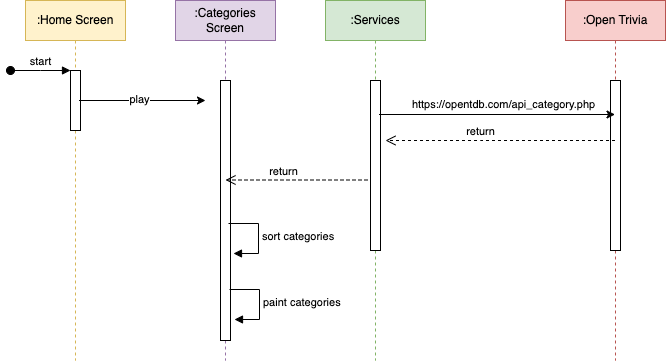
Earlier version of the draw.io export assets/get_categories.png (dmprieto/dianas_trivia_app). Source tidied: cells renumbered, new cells last; positions are measured from the earlier drawing's top-left corner, leaving out a move shared by most shapes. Source of this version:
```xml
<mxGraphModel>
  <root>
    <mxCell id="0" />
    <mxCell id="1" parent="0" />
    <mxCell id="2" value=":Home Screen" style="shape=umlLifeline;perimeter=lifelinePerimeter;whiteSpace=wrap;html=1;newEdgeStyle={&quot;edgeStyle&quot;:&quot;elbowEdgeStyle&quot;,&quot;elbow&quot;:&quot;vertical&quot;,&quot;curved&quot;:0,&quot;rounded&quot;:0};fillColor=#fff2cc;strokeColor=#d6b656;" parent="1" vertex="1">
      <mxGeometry x="15" width="100" height="360" as="geometry" />
    </mxCell>
    <mxCell id="3" style="html=1;points=[];perimeter=orthogonalPerimeter;outlineConnect=0;targetShapes=umlLifeline;portConstraint=eastwest;newEdgeStyle={&quot;edgeStyle&quot;:&quot;elbowEdgeStyle&quot;,&quot;elbow&quot;:&quot;vertical&quot;,&quot;curved&quot;:0,&quot;rounded&quot;:0};" parent="2" vertex="1">
      <mxGeometry x="45" y="70" width="10" height="60" as="geometry" />
    </mxCell>
    <mxCell id="4" value="start" style="html=1;verticalAlign=bottom;startArrow=oval;endArrow=block;startSize=8;edgeStyle=elbowEdgeStyle;elbow=vertical;curved=0;rounded=0;" parent="2" edge="1" target="3">
      <mxGeometry relative="1" as="geometry">
        <mxPoint x="-15" y="70" as="sourcePoint" />
      </mxGeometry>
    </mxCell>
    <mxCell id="5" value=":Services" style="shape=umlLifeline;perimeter=lifelinePerimeter;whiteSpace=wrap;html=1;newEdgeStyle={&quot;edgeStyle&quot;:&quot;elbowEdgeStyle&quot;,&quot;elbow&quot;:&quot;vertical&quot;,&quot;curved&quot;:0,&quot;rounded&quot;:0};fillColor=#d5e8d4;strokeColor=#82b366;" parent="1" vertex="1">
      <mxGeometry x="315" width="100" height="360" as="geometry" />
    </mxCell>
    <mxCell id="6" style="html=1;perimeter=orthogonalPerimeter;targetShapes=umlLifeline;newEdgeStyle={&quot;edgeStyle&quot;:&quot;elbowEdgeStyle&quot;,&quot;elbow&quot;:&quot;vertical&quot;,&quot;curved&quot;:0,&quot;rounded&quot;:0};" parent="5" vertex="1">
      <mxGeometry x="45" y="80" width="10" height="170" as="geometry" />
    </mxCell>
    <mxCell id="7" value=":Open Trivia" style="shape=umlLifeline;perimeter=lifelinePerimeter;whiteSpace=wrap;html=1;outlineConnect=0;portConstraint=eastwest;newEdgeStyle={&quot;edgeStyle&quot;:&quot;elbowEdgeStyle&quot;,&quot;elbow&quot;:&quot;vertical&quot;,&quot;curved&quot;:0,&quot;rounded&quot;:0};fillColor=#f8cecc;strokeColor=#b85450;" parent="1" vertex="1">
      <mxGeometry x="555" width="100" height="360" as="geometry" />
    </mxCell>
    <mxCell id="8" style="html=1;perimeter=orthogonalPerimeter;targetShapes=umlLifeline;newEdgeStyle={&quot;edgeStyle&quot;:&quot;elbowEdgeStyle&quot;,&quot;elbow&quot;:&quot;vertical&quot;,&quot;curved&quot;:0,&quot;rounded&quot;:0};" parent="7" vertex="1">
      <mxGeometry x="45" y="80" width="10" height="170" as="geometry" />
    </mxCell>
    <mxCell id="9" style="endArrow=classic;html=1;rounded=0;" parent="1" edge="1" target="7">
      <mxGeometry relative="1" as="geometry">
        <mxPoint x="368.5" y="114" as="sourcePoint" />
      </mxGeometry>
    </mxCell>
    <mxCell id="10" value="https://opentdb.com/api_category.php" style="edgeLabel;html=1;align=center;verticalAlign=middle;" parent="9" vertex="1">
      <mxGeometry x="0.05" y="1" relative="1" as="geometry">
        <mxPoint y="-10" as="offset" />
      </mxGeometry>
    </mxCell>
    <mxCell id="11" value="return" style="html=1;verticalAlign=bottom;endArrow=open;dashed=1;endSize=8;edgeStyle=elbowEdgeStyle;elbow=vertical;curved=0;rounded=0;" parent="1" edge="1" source="7">
      <mxGeometry x="0.18" relative="1" as="geometry">
        <mxPoint x="375" y="140" as="targetPoint" />
        <Array as="points">
          <mxPoint x="470" y="140" />
        </Array>
      </mxGeometry>
    </mxCell>
    <mxCell id="12" value=":Categories Screen" style="shape=umlLifeline;perimeter=lifelinePerimeter;whiteSpace=wrap;html=1;newEdgeStyle={&quot;edgeStyle&quot;:&quot;elbowEdgeStyle&quot;,&quot;elbow&quot;:&quot;vertical&quot;,&quot;curved&quot;:0,&quot;rounded&quot;:0};fillColor=#e1d5e7;strokeColor=#9673a6;" parent="1" vertex="1">
      <mxGeometry x="165" width="100" height="360" as="geometry" />
    </mxCell>
    <mxCell id="13" style="html=1;perimeter=orthogonalPerimeter;targetShapes=umlLifeline;newEdgeStyle={&quot;edgeStyle&quot;:&quot;elbowEdgeStyle&quot;,&quot;elbow&quot;:&quot;vertical&quot;,&quot;curved&quot;:0,&quot;rounded&quot;:0};" parent="12" vertex="1">
      <mxGeometry x="45" y="80" width="10" height="260" as="geometry" />
    </mxCell>
    <mxCell id="14" value="return" style="html=1;verticalAlign=bottom;endArrow=open;dashed=1;endSize=8;edgeStyle=elbowEdgeStyle;elbow=vertical;curved=0;rounded=0;" parent="1" edge="1">
      <mxGeometry x="0.18" relative="1" as="geometry">
        <mxPoint x="357" y="179.5" as="sourcePoint" />
        <mxPoint x="215" y="179.5" as="targetPoint" />
        <Array as="points">
          <mxPoint x="282" y="179.5" />
        </Array>
      </mxGeometry>
    </mxCell>
    <mxCell id="15" value="paint categories" style="html=1;align=left;spacingLeft=2;endArrow=block;rounded=0;edgeStyle=orthogonalEdgeStyle;curved=0;rounded=0;" parent="1" edge="1">
      <mxGeometry relative="1" as="geometry">
        <mxPoint x="219" y="289" as="sourcePoint" />
        <mxPoint x="224" y="319" as="targetPoint" />
        <Array as="points">
          <mxPoint x="249" y="319" />
        </Array>
      </mxGeometry>
    </mxCell>
    <mxCell id="16" value="sort categories" style="html=1;align=left;spacingLeft=2;endArrow=block;rounded=0;edgeStyle=orthogonalEdgeStyle;curved=0;rounded=0;" parent="1" edge="1">
      <mxGeometry x="0.01" relative="1" as="geometry">
        <mxPoint x="218" y="223" as="sourcePoint" />
        <mxPoint x="223" y="253" as="targetPoint" />
        <Array as="points">
          <mxPoint x="248" y="253" />
        </Array>
      </mxGeometry>
    </mxCell>
    <mxCell id="17" style="endArrow=classic;html=1;rounded=0;endFill=1;" parent="1" edge="1">
      <mxGeometry relative="1" as="geometry">
        <mxPoint x="68.5" y="100" as="sourcePoint" />
        <mxPoint x="195" y="100" as="targetPoint" />
      </mxGeometry>
    </mxCell>
    <mxCell id="18" value="play" style="edgeLabel;html=1;align=center;verticalAlign=middle;" parent="17" vertex="1">
      <mxGeometry x="-0.05" y="2" relative="1" as="geometry" />
    </mxCell>
  </root>
</mxGraphModel>
```
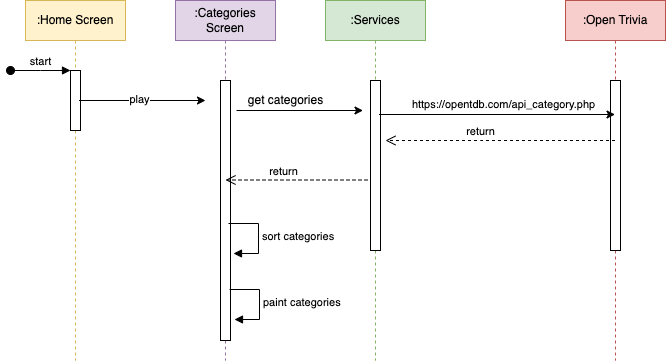
After the commit.

Commit message:
adjust get categories diagram

The edit, as a diff of the source:
```diff
@@ -85,5 +85,14 @@
     <mxCell id="18" value="play" style="edgeLabel;html=1;align=center;verticalAlign=middle;" parent="17" vertex="1">
       <mxGeometry x="-0.05" y="2" relative="1" as="geometry" />
     </mxCell>
+    <mxCell id="19" style="endArrow=classic;html=1;rounded=0;endFill=1;" parent="1" edge="1">
+      <mxGeometry relative="1" as="geometry">
+        <mxPoint x="226" y="110" as="sourcePoint" />
+        <mxPoint x="352.5" y="110" as="targetPoint" />
+      </mxGeometry>
+    </mxCell>
+    <mxCell id="20" value="get categories" style="text;html=1;align=center;verticalAlign=middle;strokeColor=none;fillColor=none;" parent="1" vertex="1">
+      <mxGeometry x="225" y="85" width="100" height="30" as="geometry" />
+    </mxCell>
   </root>
 </mxGraphModel>
```
